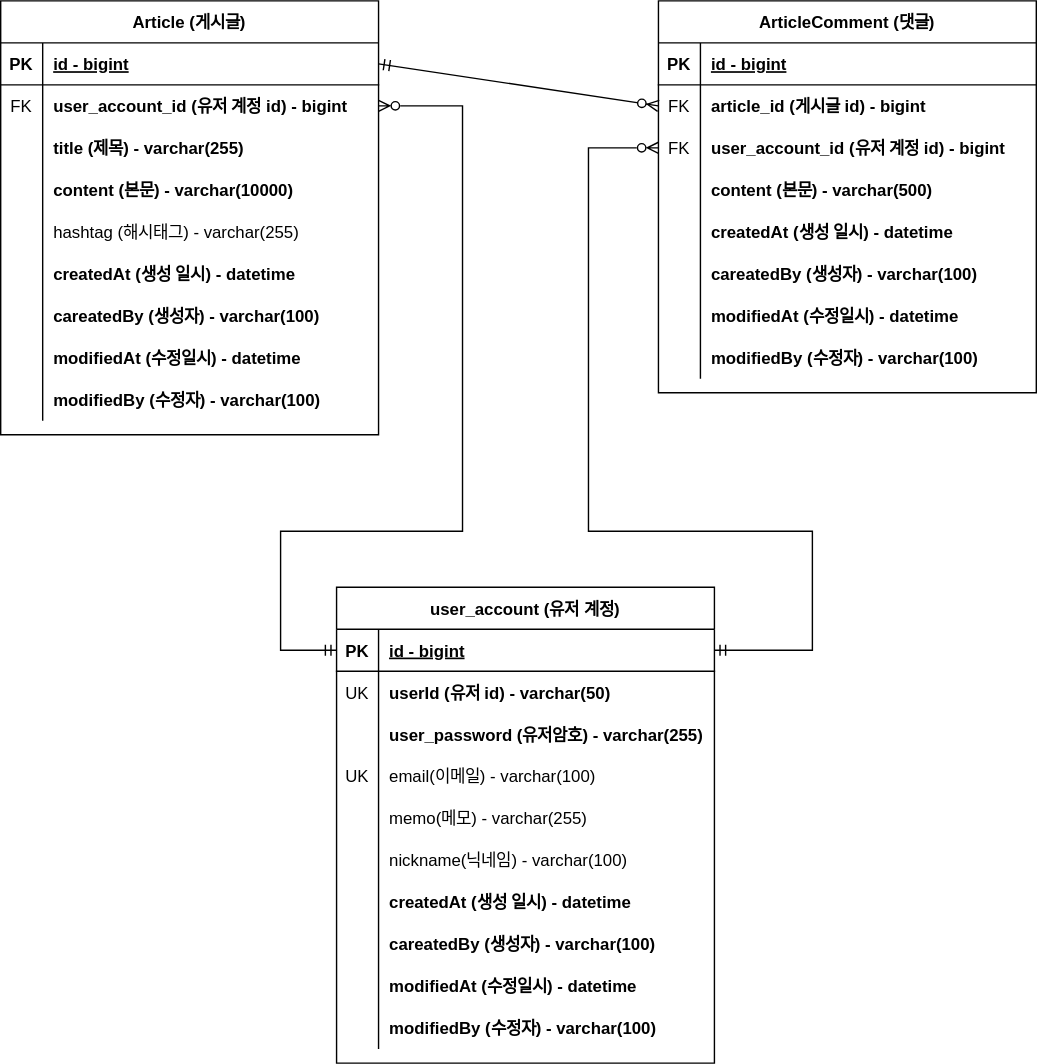
Before: document/project-board-erd.svg, a diagram exported from draw.io (sarang682/project-board). Source tidied: cells renumbered, new cells last; positions are measured from the earlier drawing's top-left corner, leaving out a move shared by most shapes.
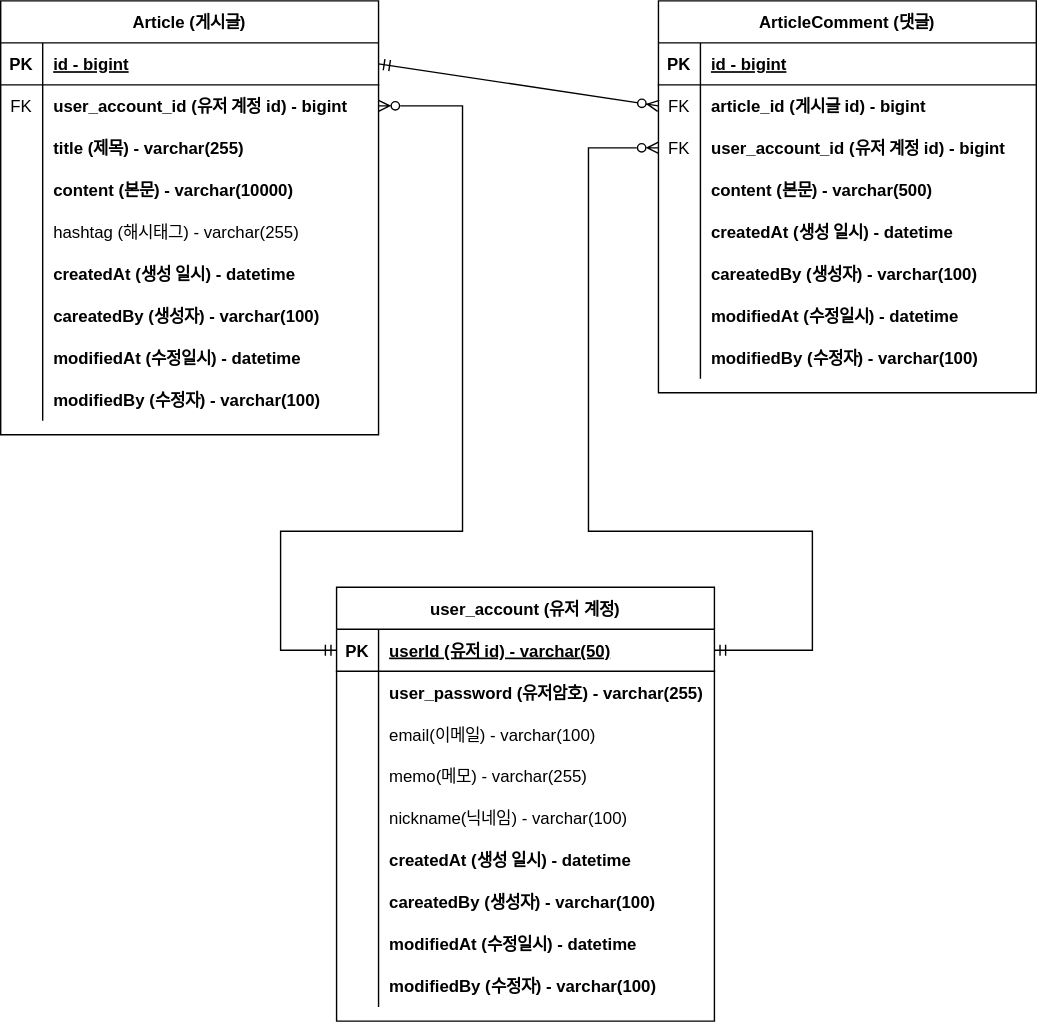
Above is the later version.

Commit message:
#43 - ERD 문서 수정: 회원 계정 user_id 를 PK 로 변경

The edit, as a diff of the source:
```diff
@@ -168,7 +168,7 @@
       <mxGeometry relative="1" as="geometry" />
     </mxCell>
     <mxCell id="57" value="user_account (유저 계정)" style="shape=table;startSize=30;rowLines=0;fontStyle=1;align=center;" parent="1" vertex="1">
-      <mxGeometry x="240" y="419" width="270" height="340" as="geometry" />
+      <mxGeometry x="240" y="419" width="270" height="310" as="geometry" />
     </mxCell>
     <mxCell id="58" style="shape=partialRectangle;fillColor=none;points=[[0,0.5],[1,0.5]];portConstraint=eastwest;top=0;left=0;right=0;bottom=1;" parent="57" vertex="1">
       <mxGeometry y="30" width="270" height="30" as="geometry" />
@@ -176,20 +176,11 @@
     <mxCell id="59" value="PK" style="shape=partialRectangle;overflow=hidden;fillColor=none;top=0;left=0;bottom=0;right=0;fontStyle=1;" parent="58" vertex="1">
       <mxGeometry width="30" height="30" as="geometry" />
     </mxCell>
-    <mxCell id="60" value="id - bigint" style="shape=partialRectangle;overflow=hidden;fillColor=none;top=0;left=0;bottom=0;right=0;align=left;spacingLeft=6;fontStyle=5;" parent="58" vertex="1">
+    <mxCell id="60" value="userId (유저 id) - varchar(50)" style="shape=partialRectangle;overflow=hidden;fillColor=none;top=0;left=0;bottom=0;right=0;align=left;spacingLeft=6;fontStyle=5;" parent="58" vertex="1">
       <mxGeometry x="30" width="240" height="30" as="geometry" />
     </mxCell>
-    <mxCell id="61" style="shape=partialRectangle;fillColor=none;top=0;left=0;right=0;bottom=0;" parent="57" vertex="1">
-      <mxGeometry y="60" width="270" height="30" as="geometry" />
-    </mxCell>
-    <mxCell id="62" value="UK" style="shape=partialRectangle;overflow=hidden;fillColor=none;top=0;left=0;bottom=0;right=0;" parent="61" vertex="1">
-      <mxGeometry width="30" height="30" as="geometry" />
-    </mxCell>
-    <mxCell id="63" value="userId (유저 id) - varchar(50)" style="shape=partialRectangle;overflow=hidden;fillColor=none;top=0;left=0;bottom=0;right=0;align=left;spacingLeft=6;fontStyle=1;" parent="61" vertex="1">
-      <mxGeometry x="30" width="240" height="30" as="geometry" />
-    </mxCell>
     <mxCell id="64" style="shape=partialRectangle;fillColor=none;top=0;left=0;right=0;bottom=0;" parent="57" vertex="1">
-      <mxGeometry y="90" width="270" height="30" as="geometry" />
+      <mxGeometry y="60" width="270" height="30" as="geometry" />
     </mxCell>
     <mxCell id="65" style="shape=partialRectangle;overflow=hidden;fillColor=none;top=0;left=0;bottom=0;right=0;" parent="64" vertex="1">
       <mxGeometry width="30" height="30" as="geometry" />
@@ -198,16 +189,16 @@
       <mxGeometry x="30" width="240" height="30" as="geometry" />
     </mxCell>
     <mxCell id="67" style="shape=partialRectangle;fillColor=none;points=[[0,0.5],[1,0.5]];portConstraint=eastwest;top=0;left=0;right=0;bottom=0;" parent="57" vertex="1">
-      <mxGeometry y="120" width="270" height="30" as="geometry" />
+      <mxGeometry y="90" width="270" height="30" as="geometry" />
     </mxCell>
-    <mxCell id="68" value="UK" style="shape=partialRectangle;overflow=hidden;fillColor=none;top=0;left=0;bottom=0;right=0;" parent="67" vertex="1">
+    <mxCell id="68" style="shape=partialRectangle;overflow=hidden;fillColor=none;top=0;left=0;bottom=0;right=0;" parent="67" vertex="1">
       <mxGeometry width="30" height="30" as="geometry" />
     </mxCell>
     <mxCell id="69" value="email(이메일) - varchar(100)" style="shape=partialRectangle;overflow=hidden;fillColor=none;top=0;left=0;bottom=0;right=0;align=left;spacingLeft=6;" parent="67" vertex="1">
       <mxGeometry x="30" width="240" height="30" as="geometry" />
     </mxCell>
     <mxCell id="70" style="shape=partialRectangle;fillColor=none;top=0;left=0;right=0;bottom=0;" parent="57" vertex="1">
-      <mxGeometry y="150" width="270" height="30" as="geometry" />
+      <mxGeometry y="120" width="270" height="30" as="geometry" />
     </mxCell>
     <mxCell id="71" style="shape=partialRectangle;overflow=hidden;fillColor=none;top=0;left=0;bottom=0;right=0;" parent="70" vertex="1">
       <mxGeometry width="30" height="30" as="geometry" />
@@ -216,7 +207,7 @@
       <mxGeometry x="30" width="240" height="30" as="geometry" />
     </mxCell>
     <mxCell id="73" style="shape=partialRectangle;fillColor=none;top=0;left=0;right=0;bottom=0;" parent="57" vertex="1">
-      <mxGeometry y="180" width="270" height="30" as="geometry" />
+      <mxGeometry y="150" width="270" height="30" as="geometry" />
     </mxCell>
     <mxCell id="74" style="shape=partialRectangle;overflow=hidden;fillColor=none;top=0;left=0;bottom=0;right=0;" parent="73" vertex="1">
       <mxGeometry width="30" height="30" as="geometry" />
@@ -225,7 +216,7 @@
       <mxGeometry x="30" width="240" height="30" as="geometry" />
     </mxCell>
     <mxCell id="76" style="shape=partialRectangle;fillColor=none;top=0;left=0;right=0;bottom=0;" parent="57" vertex="1">
-      <mxGeometry y="210" width="270" height="30" as="geometry" />
+      <mxGeometry y="180" width="270" height="30" as="geometry" />
     </mxCell>
     <mxCell id="77" style="shape=partialRectangle;overflow=hidden;fillColor=none;top=0;left=0;bottom=0;right=0;" parent="76" vertex="1">
       <mxGeometry width="30" height="30" as="geometry" />
@@ -234,7 +225,7 @@
       <mxGeometry x="30" width="240" height="30" as="geometry" />
     </mxCell>
     <mxCell id="79" style="shape=partialRectangle;fillColor=none;top=0;left=0;right=0;bottom=0;" parent="57" vertex="1">
-      <mxGeometry y="240" width="270" height="30" as="geometry" />
+      <mxGeometry y="210" width="270" height="30" as="geometry" />
     </mxCell>
     <mxCell id="80" style="shape=partialRectangle;overflow=hidden;fillColor=none;top=0;left=0;bottom=0;right=0;" parent="79" vertex="1">
       <mxGeometry width="30" height="30" as="geometry" />
@@ -243,7 +234,7 @@
       <mxGeometry x="30" width="240" height="30" as="geometry" />
     </mxCell>
     <mxCell id="82" style="shape=partialRectangle;fillColor=none;top=0;left=0;right=0;bottom=0;" parent="57" vertex="1">
-      <mxGeometry y="270" width="270" height="30" as="geometry" />
+      <mxGeometry y="240" width="270" height="30" as="geometry" />
     </mxCell>
     <mxCell id="83" style="shape=partialRectangle;overflow=hidden;fillColor=none;top=0;left=0;bottom=0;right=0;" parent="82" vertex="1">
       <mxGeometry width="30" height="30" as="geometry" />
@@ -252,7 +243,7 @@
       <mxGeometry x="30" width="240" height="30" as="geometry" />
     </mxCell>
     <mxCell id="85" style="shape=partialRectangle;fillColor=none;top=0;left=0;right=0;bottom=0;" parent="57" vertex="1">
-      <mxGeometry y="300" width="270" height="30" as="geometry" />
+      <mxGeometry y="270" width="270" height="30" as="geometry" />
     </mxCell>
     <mxCell id="86" style="shape=partialRectangle;overflow=hidden;fillColor=none;top=0;left=0;bottom=0;right=0;" parent="85" vertex="1">
       <mxGeometry width="30" height="30" as="geometry" />
```
